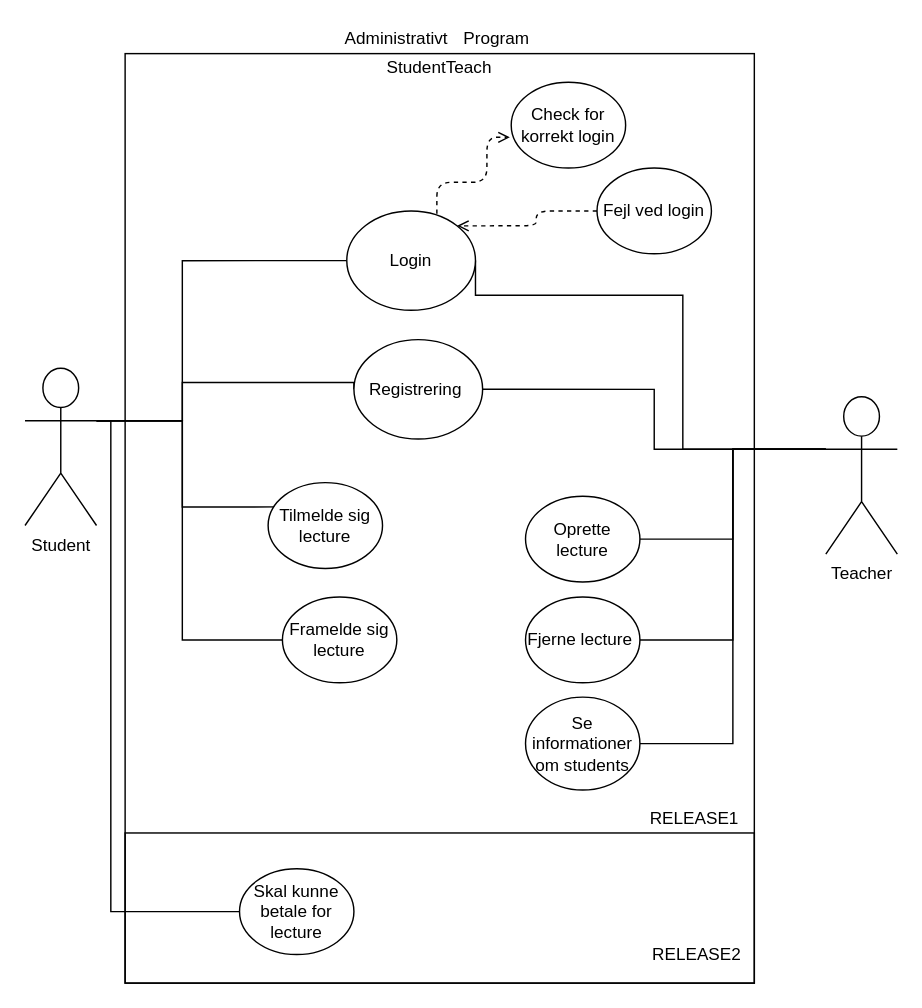
ChrisMJAndre/GruppeProjekt-2 keeps this draw.io diagram as public/Andet/Programmerings_usecase.drawio. Above is the earlier version. Source tidied: cells renumbered, new cells numbered last; positions are measured from the earlier drawing's top-left corner, leaving out a move shared by most shapes. Both pictures are drawn from the tidied source at 143%, with x=0, y=0 at pixel (24, 24).
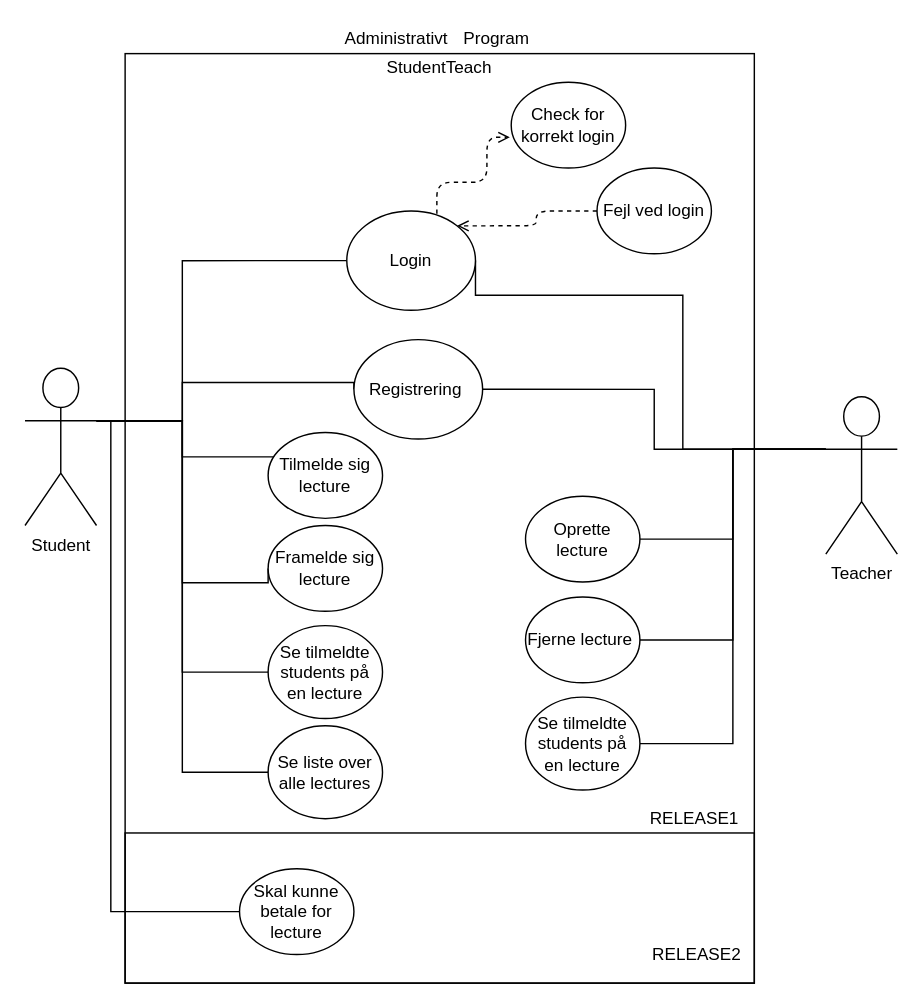
The same page after the edit.

Commit message:
Opdatering af usecase, igen

The change refers to these unchanged cells:
```xml
<mxCell id="11" value="Student" style="shape=umlActor;verticalLabelPosition=bottom;labelBackgroundColor=#ffffff;verticalAlign=top;html=1;outlineConnect=0;" parent="1" vertex="1">
  <mxGeometry y="240" width="50" height="110" as="geometry" />
</mxCell>
```

Change to the diagram source:
```diff
@@
     <mxCell id="7" style="edgeStyle=orthogonalEdgeStyle;rounded=0;jettySize=auto;html=1;exitX=1;exitY=0.3333333333333333;exitDx=0;exitDy=0;exitPerimeter=0;entryX=0;entryY=0.5;entryDx=0;entryDy=0;endArrow=none;endFill=0;strokeColor=#000000;" parent="1" edge="1" source="11" target="27">
       <mxGeometry relative="1" as="geometry">
         <Array as="points">
           <mxPoint x="110" y="277" />
-          <mxPoint x="110" y="430" />
+          <mxPoint x="110" y="390" />
         </Array>
       </mxGeometry>
     </mxCell>
@@
+    <mxCell id="33" style="edgeStyle=orthogonalEdgeStyle;rounded=0;jettySize=auto;html=1;exitX=1;exitY=0.3333333333333333;exitDx=0;exitDy=0;exitPerimeter=0;entryX=0;entryY=0.5;entryDx=0;entryDy=0;endArrow=none;endFill=0;" parent="1" edge="1" source="11" target="35">
+      <mxGeometry relative="1" as="geometry">
+        <Array as="points">
+          <mxPoint x="110" y="277" />
+          <mxPoint x="110" y="453" />
+        </Array>
+      </mxGeometry>
+    </mxCell>
+    <mxCell id="34" style="edgeStyle=orthogonalEdgeStyle;rounded=0;jettySize=auto;html=1;exitX=1;exitY=0.3333333333333333;exitDx=0;exitDy=0;exitPerimeter=0;entryX=0;entryY=0.5;entryDx=0;entryDy=0;endArrow=none;endFill=0;" parent="1" edge="1" source="11" target="36">
+      <mxGeometry relative="1" as="geometry" />
+    </mxCell>
@@
     <mxCell id="20" value="Tilmelde sig lecture" style="ellipse;whiteSpace=wrap;html=1;" parent="1" vertex="1">
-      <mxGeometry x="170" y="320" width="80" height="60" as="geometry" />
+      <mxGeometry x="170" y="285" width="80" height="60" as="geometry" />
     </mxCell>
@@
-    <mxCell id="23" value="Se informationer om students" style="ellipse;whiteSpace=wrap;html=1;" parent="1" vertex="1">
+    <mxCell id="23" value="Se tilmeldte students på en lecture" style="ellipse;whiteSpace=wrap;html=1;" parent="1" vertex="1">
       <mxGeometry x="350" y="470" width="80" height="65" as="geometry" />
     </mxCell>
@@
     <mxCell id="27" value="Framelde sig lecture" style="ellipse;whiteSpace=wrap;html=1;" parent="1" vertex="1">
-      <mxGeometry x="180" y="400" width="80" height="60" as="geometry" />
+      <mxGeometry x="170" y="350" width="80" height="60" as="geometry" />
     </mxCell>
@@
+    <mxCell id="35" value="Se tilmeldte students på en lecture" style="ellipse;whiteSpace=wrap;html=1;" parent="1" vertex="1">
+      <mxGeometry x="170" y="420" width="80" height="65" as="geometry" />
+    </mxCell>
+    <mxCell id="36" value="Se liste over alle lectures" style="ellipse;whiteSpace=wrap;html=1;" parent="1" vertex="1">
+      <mxGeometry x="170" y="490" width="80" height="65" as="geometry" />
+    </mxCell>
```
